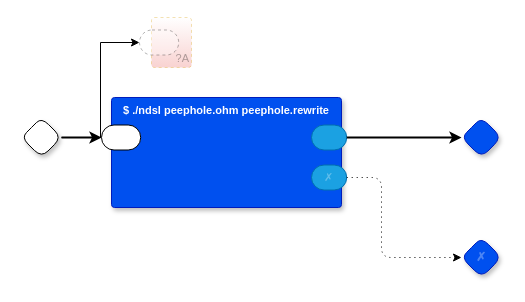
Before: page "Peephole" (10 of 10) of rt2cl.drawio in guitarvydas/rt, a draw.io diagram. Source tidied: cells renumbered, new cells numbered last; positions are measured from the earlier drawing's top-left corner, leaving out a move shared by most shapes. Both pictures are drawn from the tidied source at 100%, with x=0, y=0 at pixel (21, 17).
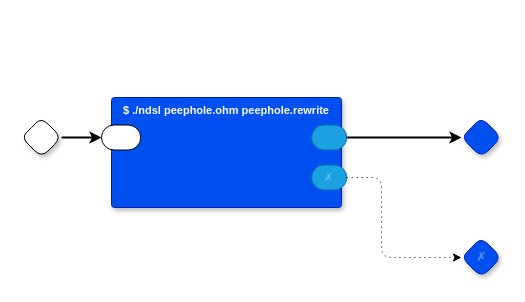
After the change.

The edit, as a diff of the source:
```diff
@@
 <mxGraphModel>
   <root>
     <mxCell id="0" />
     <mxCell id="1" parent="0" />
     <mxCell id="2" style="rhombus;whiteSpace=wrap;html=1;rounded=1;fontStyle=1;glass=0;sketch=0;fontSize=12;points=[[0,0.5,0,0,0],[0.5,0,0,0,0],[0.5,1,0,0,0],[1,0.5,0,0,0]];shadow=1;fontFamily=Helvetica;fontColor=default;" parent="1" vertex="1">
       <mxGeometry y="100" width="40" height="40" as="geometry" />
     </mxCell>
     <mxCell id="3" style="rhombus;whiteSpace=wrap;html=1;rounded=1;fontStyle=1;glass=0;sketch=0;fontSize=12;points=[[0,0.5,0,0,0],[0.5,0,0,0,0],[0.5,1,0,0,0],[1,0.5,0,0,0]];shadow=1;fillColor=#0050ef;fontColor=#ffffff;strokeColor=#001DBC;fontFamily=Helvetica;" parent="1" vertex="1">
       <mxGeometry x="440" y="100" width="40" height="40" as="geometry" />
     </mxCell>
     <mxCell id="4" value="✗" style="rhombus;whiteSpace=wrap;html=1;rounded=1;fillColor=#0050ef;fontColor=#ffffff;strokeColor=#001DBC;fontStyle=1;glass=0;sketch=0;fontSize=12;points=[[0,0.5,0,0,0],[0.5,0,0,0,0],[0.5,1,0,0,0],[1,0.5,0,0,0]];shadow=1;textOpacity=30;" parent="1" vertex="1">
       <mxGeometry x="440" y="220" width="40" height="40" as="geometry" />
     </mxCell>
     <mxCell id="5" value="$ ./ndsl peephole.ohm peephole.rewrite" style="rounded=1;sketch=0;verticalAlign=top;arcSize=6;fontStyle=1;absoluteArcSize=1;shadow=1;strokeColor=#001DBC;fillColor=#0050ef;fontColor=#ffffff;fontFamily=Helvetica;fontSize=11;" parent="1" vertex="1">
       <mxGeometry x="90" y="80" width="230" height="110" as="geometry" />
     </mxCell>
     <mxCell id="6" style="rounded=1;whiteSpace=wrap;html=1;sketch=0;points=[[0,0.5,0,0,0],[1,0.5,0,0,0]];arcSize=50;fontFamily=Helvetica;fontSize=11;fontColor=default;" parent="5" vertex="1">
       <mxGeometry x="-10" y="27.5" width="39.2" height="25" as="geometry" />
     </mxCell>
     <mxCell id="7" style="rounded=1;whiteSpace=wrap;html=1;sketch=0;points=[[0,0.5,0,0,0],[1,0.5,0,0,0]];fillColor=#1ba1e2;fontColor=#ffffff;strokeColor=#006EAF;arcSize=50;fontFamily=Helvetica;fontSize=11;" parent="5" vertex="1">
       <mxGeometry x="200" y="27.5" width="35.2" height="25" as="geometry" />
     </mxCell>
     <mxCell id="8" value="✗" style="rounded=1;whiteSpace=wrap;html=1;sketch=0;points=[[0,0.5,0,0,0],[1,0.5,0,0,0]];fillColor=#1ba1e2;fontColor=#ffffff;strokeColor=#006EAF;arcSize=50;fontFamily=Helvetica;fontSize=11;textOpacity=30;" parent="5" vertex="1">
       <mxGeometry x="200" y="67.5" width="35.2" height="25" as="geometry" />
     </mxCell>
     <mxCell id="9" style="edgeStyle=orthogonalEdgeStyle;rounded=0;jettySize=auto;html=1;exitX=1;exitY=0.5;exitDx=0;exitDy=0;exitPerimeter=0;entryX=0;entryY=0.5;entryDx=0;entryDy=0;entryPerimeter=0;strokeWidth=2;" parent="1" edge="1" source="2" target="6">
       <mxGeometry relative="1" as="geometry" />
     </mxCell>
     <mxCell id="10" style="edgeStyle=orthogonalEdgeStyle;rounded=0;jettySize=auto;html=1;exitX=1;exitY=0.5;exitDx=0;exitDy=0;exitPerimeter=0;strokeWidth=2;entryX=0;entryY=0.5;entryDx=0;entryDy=0;entryPerimeter=0;" parent="1" edge="1" source="7" target="3">
       <mxGeometry relative="1" as="geometry" />
     </mxCell>
     <mxCell id="11" style="edgeStyle=orthogonalEdgeStyle;rounded=1;jettySize=auto;html=1;exitX=1;exitY=0.5;exitDx=0;exitDy=0;exitPerimeter=0;entryX=0;entryY=0.5;entryDx=0;entryDy=0;entryPerimeter=0;curved=0;dashed=1;dashPattern=1 4;" parent="1" edge="1" source="8" target="4">
       <mxGeometry relative="1" as="geometry">
         <Array as="points">
           <mxPoint x="360" y="160" />
           <mxPoint x="360" y="240" />
         </Array>
       </mxGeometry>
     </mxCell>
-    <mxCell id="12" value="?A" style="rounded=1;whiteSpace=wrap;html=1;sketch=0;verticalAlign=bottom;arcSize=6;fontStyle=0;absoluteArcSize=1;shadow=0;strokeColor=#d79b00;fillColor=#FFFFFF;fontFamily=Helvetica;fontSize=11;dashed=1;opacity=30;align=right;textOpacity=30;gradientColor=#EA6B66;fontColor=default;" parent="1" vertex="1">
-      <mxGeometry x="130" width="40" height="50" as="geometry" />
-    </mxCell>
-    <mxCell id="13" style="rounded=1;whiteSpace=wrap;html=1;sketch=0;points=[[0,0.5,0,0,0],[1,0.5,0,0,0]];arcSize=50;fontFamily=Helvetica;fontSize=11;fontColor=default;dashed=1;textOpacity=50;opacity=30;fontStyle=0;" parent="12" vertex="1">
-      <mxGeometry x="-12" y="12.5" width="39.2" height="25" as="geometry" />
-    </mxCell>
-    <mxCell id="14" style="edgeStyle=orthogonalEdgeStyle;rounded=0;jettySize=auto;html=1;exitX=1;exitY=0.5;exitDx=0;exitDy=0;exitPerimeter=0;entryX=0;entryY=0.5;entryDx=0;entryDy=0;entryPerimeter=0;" parent="1" edge="1" source="2" target="13">
-      <mxGeometry relative="1" as="geometry" />
-    </mxCell>
   </root>
 </mxGraphModel>
```
